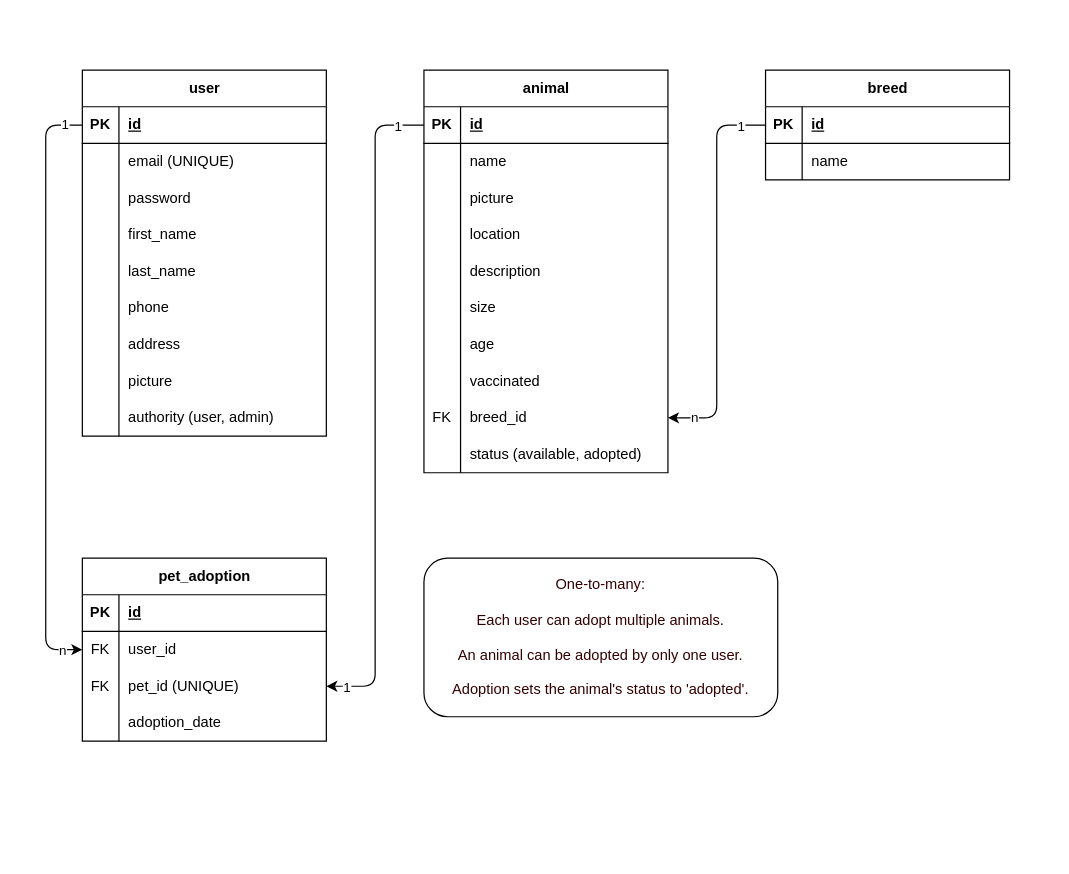
Earlier version of the draw.io diagram docs/entity_relationship_model.drawio (knsdev/animal_adoption). Source tidied: cells renumbered, new cells numbered last; positions are measured from the earlier drawing's top-left corner, leaving out a move shared by most shapes. Both pictures are drawn from the tidied source at 122%, with x=0, y=0 at pixel (45, 70).
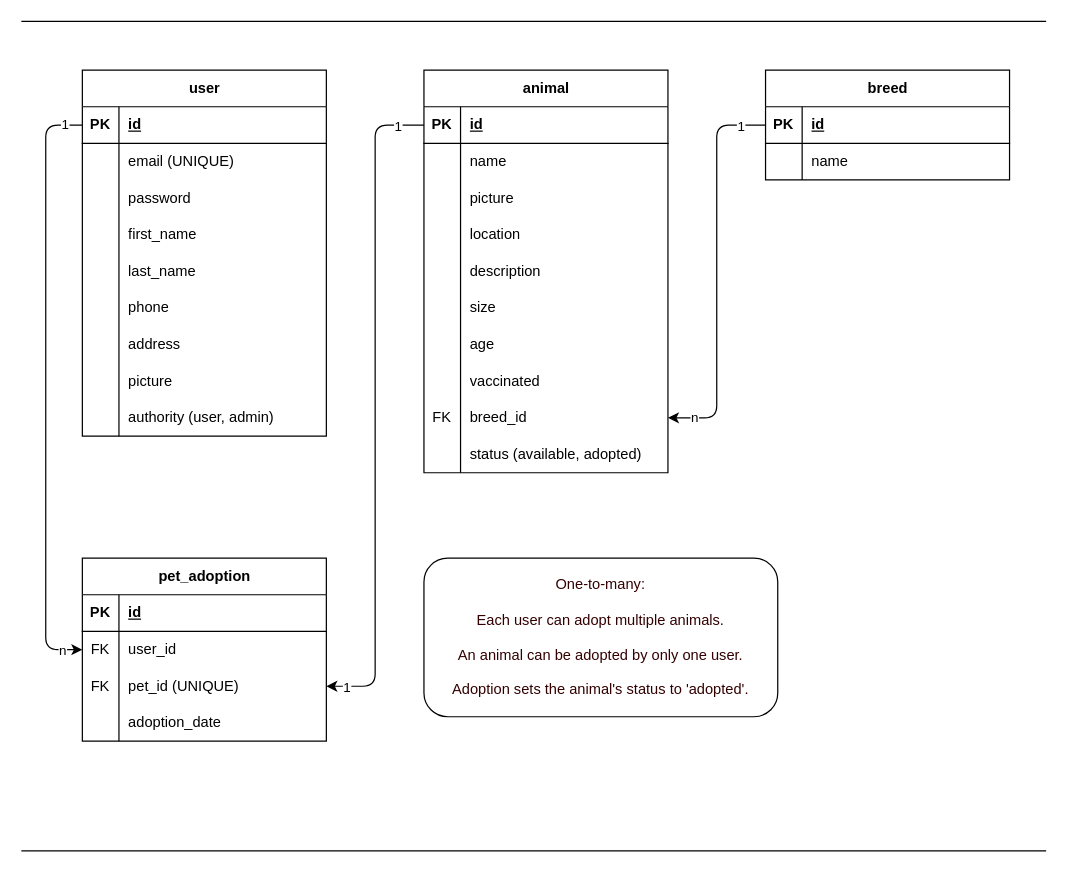
After the change.

Commit message (it also covers changes not shown here):
Export empty database as SQL and ER model as PNG

What changed in the source:
```diff
@@
-<mxGraphModel>
+<mxGraphModel background="#FFFFFF">
@@
+    <mxCell id="91" style="endArrow=none;html=1;" parent="1" edge="1">
+      <mxGeometry relative="1" as="geometry">
+        <mxPoint x="-20" y="-40" as="sourcePoint" />
+        <mxPoint x="820" y="-40" as="targetPoint" />
+      </mxGeometry>
+    </mxCell>
+    <mxCell id="92" style="endArrow=none;html=1;" parent="1" edge="1">
+      <mxGeometry relative="1" as="geometry">
+        <mxPoint x="-20" y="640" as="sourcePoint" />
+        <mxPoint x="820" y="640" as="targetPoint" />
+      </mxGeometry>
+    </mxCell>
```
